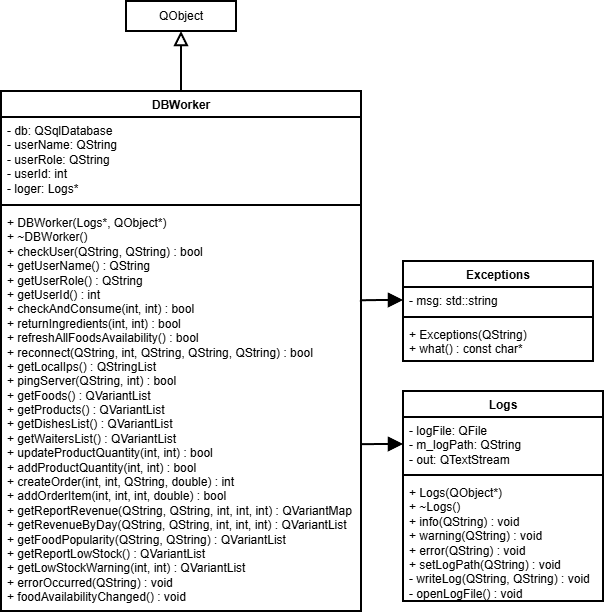
Before: всякое/umls/База данных.png, a diagram exported from draw.io (SamsykaR/Diplomer). Source tidied: cells renumbered, new cells last; positions are measured from the earlier drawing's top-left corner, leaving out a move shared by most shapes. The source it was exported from:
```xml
<mxGraphModel>
  <root>
    <mxCell id="0" />
    <mxCell id="1" parent="0" />
    <mxCell id="2" value="&lt;font&gt;QObject&lt;/font&gt;" style="html=1;whiteSpace=wrap;strokeWidth=2;fontSize=12;" parent="1" vertex="1">
      <mxGeometry x="125" width="110" height="30" as="geometry" />
    </mxCell>
    <mxCell id="3" style="edgeStyle=orthogonalEdgeStyle;rounded=0;jettySize=auto;html=1;exitX=0.5;exitY=0;exitDx=0;exitDy=0;entryX=0.5;entryY=1;entryDx=0;entryDy=0;endArrow=block;endFill=0;endSize=10;strokeWidth=2;fontSize=12;" parent="1" edge="1" source="4" target="2">
      <mxGeometry relative="1" as="geometry" />
    </mxCell>
    <mxCell id="4" value="DBWorker" style="swimlane;fontStyle=1;align=center;verticalAlign=top;horizontal=1;startSize=26;whiteSpace=wrap;html=1;strokeWidth=2;fontSize=12;" parent="1" vertex="1">
      <mxGeometry y="90" width="360" height="520" as="geometry" />
    </mxCell>
    <mxCell id="5" value="&lt;div&gt;- db: QSqlDatabase&lt;/div&gt;&lt;div&gt;- userName: QString&lt;/div&gt;&lt;div&gt;- userRole: QString&lt;/div&gt;&lt;div&gt;- userId: int&lt;/div&gt;&lt;div&gt;- loger: Logs*&lt;/div&gt;" style="text;strokeColor=none;fillColor=none;align=left;verticalAlign=top;spacingLeft=4;spacingRight=4;overflow=hidden;whiteSpace=wrap;html=1;strokeWidth=2;fontSize=12;" parent="4" vertex="1">
      <mxGeometry y="26" width="360" height="84" as="geometry" />
    </mxCell>
    <mxCell id="6" style="line;strokeWidth=2;fillColor=none;align=left;verticalAlign=middle;spacingTop=-1;spacingLeft=3;spacingRight=3;labelPosition=right;strokeColor=inherit;fontSize=12;" parent="4" vertex="1">
      <mxGeometry y="110" width="360" height="8" as="geometry" />
    </mxCell>
    <mxCell id="7" value="&lt;div&gt;+ DBWorker(Logs*, QObject*)&lt;/div&gt;&lt;div&gt;+ ~DBWorker()&lt;/div&gt;&lt;div&gt;+ checkUser(QString, QString) : bool&lt;/div&gt;&lt;div&gt;+ getUserName() : QString&lt;/div&gt;&lt;div&gt;+ getUserRole() : QString&lt;/div&gt;&lt;div&gt;+ getUserId() : int&lt;/div&gt;&lt;div&gt;+ checkAndConsume(int, int) : bool&lt;/div&gt;&lt;div&gt;+ returnIngredients(int, int) : bool&lt;/div&gt;&lt;div&gt;+ refreshAllFoodsAvailability() : bool&lt;/div&gt;&lt;div&gt;+ reconnect(QString, int, QString, QString, QString) : bool&lt;/div&gt;&lt;div&gt;+ getLocalIps() : QStringList&lt;/div&gt;&lt;div&gt;+ pingServer(QString, int) : bool&lt;/div&gt;&lt;div&gt;+ getFoods() : QVariantList&lt;/div&gt;&lt;div&gt;+ getProducts() : QVariantList&lt;/div&gt;&lt;div&gt;+ getDishesList() : QVariantList&lt;/div&gt;&lt;div&gt;+ getWaitersList() : QVariantList&lt;/div&gt;&lt;div&gt;+ updateProductQuantity(int, int) : bool&lt;/div&gt;&lt;div&gt;+ addProductQuantity(int, int) : bool&lt;/div&gt;&lt;div&gt;+ createOrder(int, int, QString, double) : int&lt;/div&gt;&lt;div&gt;+ addOrderItem(int, int, int, double) : bool&lt;/div&gt;&lt;div&gt;+ getReportRevenue(QString, QString, int, int, int) : QVariantMap&lt;/div&gt;&lt;div&gt;+ getRevenueByDay(QString, QString, int, int, int) : QVariantList&lt;/div&gt;&lt;div&gt;+ getFoodPopularity(QString, QString) : QVariantList&lt;/div&gt;&lt;div&gt;+ getReportLowStock() : QVariantList&lt;/div&gt;&lt;div&gt;+ getLowStockWarning(int, int) : QVariantList&lt;/div&gt;&lt;div&gt;+ errorOccurred(QString) : void&amp;nbsp; &amp;nbsp;&amp;nbsp;&lt;/div&gt;&lt;div&gt;+ foodAvailabilityChanged() : void&amp;nbsp;&amp;nbsp;&lt;/div&gt;" style="text;strokeColor=none;fillColor=none;align=left;verticalAlign=top;spacingLeft=4;spacingRight=4;overflow=hidden;points=[[0,0.5],[1,0.5]];portConstraint=eastwest;whiteSpace=wrap;html=1;strokeWidth=2;fontSize=12;" parent="4" vertex="1">
      <mxGeometry y="118" width="360" height="402" as="geometry" />
    </mxCell>
    <mxCell id="8" value="&lt;font&gt;Exceptions&lt;/font&gt;" style="swimlane;fontStyle=1;align=center;verticalAlign=top;horizontal=1;startSize=26;whiteSpace=wrap;html=1;strokeWidth=2;fontSize=12;" parent="1" vertex="1">
      <mxGeometry x="402" y="260" width="190" height="100" as="geometry" />
    </mxCell>
    <mxCell id="9" value="- msg: std::string" style="text;strokeColor=none;fillColor=none;align=left;verticalAlign=top;spacingLeft=4;spacingRight=4;overflow=hidden;points=[[0,0.5],[1,0.5]];portConstraint=eastwest;whiteSpace=wrap;html=1;strokeWidth=2;fontSize=12;" parent="8" vertex="1">
      <mxGeometry y="26" width="190" height="26" as="geometry" />
    </mxCell>
    <mxCell id="10" style="line;strokeWidth=2;fillColor=none;align=left;verticalAlign=middle;spacingTop=-1;spacingLeft=3;spacingRight=3;labelPosition=right;strokeColor=inherit;fontSize=12;" parent="8" vertex="1">
      <mxGeometry y="52" width="190" height="8" as="geometry" />
    </mxCell>
    <mxCell id="11" value="&lt;div&gt;+ Exceptions(QString)&lt;/div&gt;&lt;div&gt;+ what() : const char*&lt;/div&gt;" style="text;strokeColor=none;fillColor=none;align=left;verticalAlign=top;spacingLeft=4;spacingRight=4;overflow=hidden;whiteSpace=wrap;html=1;strokeWidth=2;fontSize=12;" parent="8" vertex="1">
      <mxGeometry y="60" width="190" height="40" as="geometry" />
    </mxCell>
    <mxCell id="12" value="&lt;font&gt;Logs&lt;/font&gt;" style="swimlane;fontStyle=1;align=center;verticalAlign=top;horizontal=1;startSize=26;whiteSpace=wrap;html=1;strokeWidth=2;fontSize=12;" parent="1" vertex="1">
      <mxGeometry x="402" y="390" width="200" height="210" as="geometry" />
    </mxCell>
    <mxCell id="13" value="&lt;div&gt;- logFile: QFile&lt;/div&gt;&lt;div&gt;- m_logPath: QString&lt;/div&gt;&lt;div&gt;- out: QTextStream&lt;/div&gt;" style="text;strokeColor=none;fillColor=none;align=left;verticalAlign=top;spacingLeft=4;spacingRight=4;overflow=hidden;points=[[0,0.5],[1,0.5]];portConstraint=eastwest;whiteSpace=wrap;html=1;strokeWidth=2;fontSize=12;" parent="12" vertex="1">
      <mxGeometry y="26" width="200" height="54" as="geometry" />
    </mxCell>
    <mxCell id="14" style="line;strokeWidth=2;fillColor=none;align=left;verticalAlign=middle;spacingTop=-1;spacingLeft=3;spacingRight=3;labelPosition=right;strokeColor=inherit;fontSize=12;" parent="12" vertex="1">
      <mxGeometry y="80" width="200" height="8" as="geometry" />
    </mxCell>
    <mxCell id="15" value="&lt;div&gt;+ Logs(QObject*)&lt;/div&gt;&lt;div&gt;+ ~Logs()&lt;/div&gt;&lt;div&gt;+ info(QString) : void&lt;/div&gt;&lt;div&gt;+ warning(QString) : void&lt;/div&gt;&lt;div&gt;+ error(QString) : void&lt;/div&gt;&lt;div&gt;+ setLogPath(QString) : void&lt;/div&gt;&lt;div&gt;- writeLog(QString, QString) : void&lt;/div&gt;&lt;div&gt;- openLogFile() : void&lt;/div&gt;" style="text;strokeColor=none;fillColor=none;align=left;verticalAlign=top;spacingLeft=4;spacingRight=4;overflow=hidden;whiteSpace=wrap;html=1;strokeWidth=2;fontSize=12;" parent="12" vertex="1">
      <mxGeometry y="88" width="200" height="122" as="geometry" />
    </mxCell>
    <mxCell id="16" style="edgeStyle=orthogonalEdgeStyle;rounded=0;jettySize=auto;html=1;exitX=0;exitY=0.5;exitDx=0;exitDy=0;entryX=1;entryY=0.585;entryDx=0;entryDy=0;entryPerimeter=0;endArrow=none;endFill=0;startArrow=block;startFill=1;startSize=10;strokeWidth=2;fontSize=12;" parent="1" edge="1" source="13" target="7">
      <mxGeometry relative="1" as="geometry" />
    </mxCell>
    <mxCell id="17" style="edgeStyle=orthogonalEdgeStyle;rounded=0;jettySize=auto;html=1;exitX=0;exitY=0.5;exitDx=0;exitDy=0;entryX=0.997;entryY=0.227;entryDx=0;entryDy=0;entryPerimeter=0;endArrow=none;endFill=0;startArrow=block;startFill=1;startSize=10;strokeWidth=2;fontSize=12;" parent="1" edge="1" source="9" target="7">
      <mxGeometry relative="1" as="geometry" />
    </mxCell>
  </root>
</mxGraphModel>
```
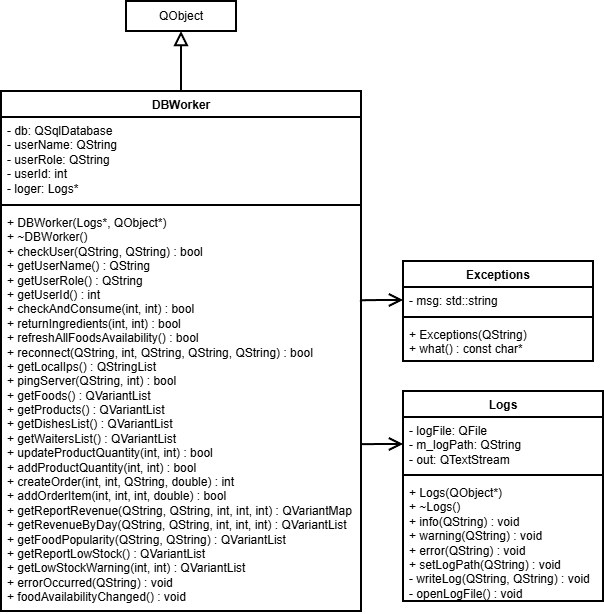
Above is the later version.

The edit, as a diff of the source:
```diff
@@ -44,10 +44,10 @@
     <mxCell id="15" value="&lt;div&gt;+ Logs(QObject*)&lt;/div&gt;&lt;div&gt;+ ~Logs()&lt;/div&gt;&lt;div&gt;+ info(QString) : void&lt;/div&gt;&lt;div&gt;+ warning(QString) : void&lt;/div&gt;&lt;div&gt;+ error(QString) : void&lt;/div&gt;&lt;div&gt;+ setLogPath(QString) : void&lt;/div&gt;&lt;div&gt;- writeLog(QString, QString) : void&lt;/div&gt;&lt;div&gt;- openLogFile() : void&lt;/div&gt;" style="text;strokeColor=none;fillColor=none;align=left;verticalAlign=top;spacingLeft=4;spacingRight=4;overflow=hidden;whiteSpace=wrap;html=1;strokeWidth=2;fontSize=12;" parent="12" vertex="1">
       <mxGeometry y="88" width="200" height="122" as="geometry" />
     </mxCell>
-    <mxCell id="16" style="edgeStyle=orthogonalEdgeStyle;rounded=0;jettySize=auto;html=1;exitX=0;exitY=0.5;exitDx=0;exitDy=0;entryX=1;entryY=0.585;entryDx=0;entryDy=0;entryPerimeter=0;endArrow=none;endFill=0;startArrow=block;startFill=1;startSize=10;strokeWidth=2;fontSize=12;" parent="1" edge="1" source="13" target="7">
+    <mxCell id="16" style="edgeStyle=orthogonalEdgeStyle;rounded=0;jettySize=auto;html=1;exitX=0;exitY=0.5;exitDx=0;exitDy=0;entryX=1;entryY=0.585;entryDx=0;entryDy=0;entryPerimeter=0;endArrow=none;endFill=0;startArrow=open;startFill=0;startSize=10;strokeWidth=2;fontSize=12;" parent="1" edge="1" source="13" target="7">
       <mxGeometry relative="1" as="geometry" />
     </mxCell>
-    <mxCell id="17" style="edgeStyle=orthogonalEdgeStyle;rounded=0;jettySize=auto;html=1;exitX=0;exitY=0.5;exitDx=0;exitDy=0;entryX=0.997;entryY=0.227;entryDx=0;entryDy=0;entryPerimeter=0;endArrow=none;endFill=0;startArrow=block;startFill=1;startSize=10;strokeWidth=2;fontSize=12;" parent="1" edge="1" source="9" target="7">
+    <mxCell id="17" style="edgeStyle=orthogonalEdgeStyle;rounded=0;jettySize=auto;html=1;exitX=0;exitY=0.5;exitDx=0;exitDy=0;entryX=0.997;entryY=0.227;entryDx=0;entryDy=0;entryPerimeter=0;endArrow=none;endFill=0;startArrow=open;startFill=0;startSize=10;strokeWidth=2;fontSize=12;" parent="1" edge="1" source="9" target="7">
       <mxGeometry relative="1" as="geometry" />
     </mxCell>
   </root>
```
